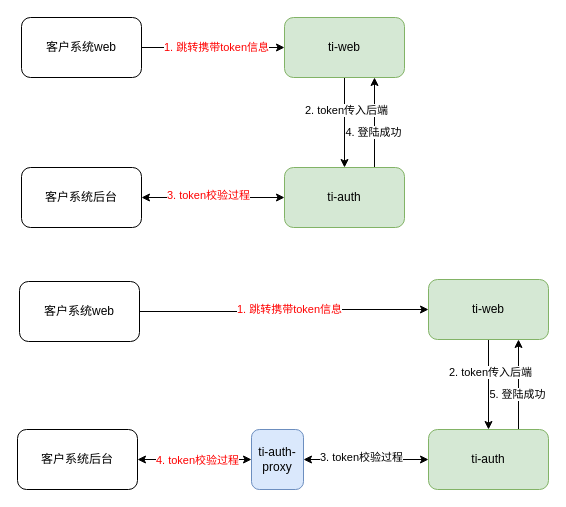
The draw.io diagram Copy of 算法市场.drawio in johnsondeng/drawio, before the edit. Source tidied: cells renumbered, new cells numbered last; positions are measured from the earlier drawing's top-left corner, leaving out a move shared by most shapes. Both pictures are drawn from the tidied source at 100%, with x=0, y=0 at pixel (17, 17).
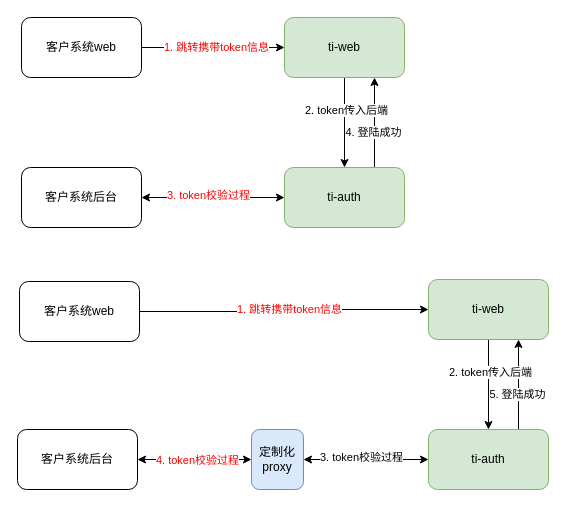
The same diagram, later.

The edit, as a diff of the source:
```diff
@@
-    <mxCell id="16" value="ti-auth-proxy" style="rounded=1;whiteSpace=wrap;html=1;fillColor=#dae8fc;strokeColor=#6c8ebf;" parent="1" vertex="1">
+    <mxCell id="16" value="定制化proxy" style="rounded=1;whiteSpace=wrap;html=1;fillColor=#dae8fc;strokeColor=#6c8ebf;" parent="1" vertex="1">
       <mxGeometry x="234" y="412" width="52" height="60" as="geometry" />
     </mxCell>
```
